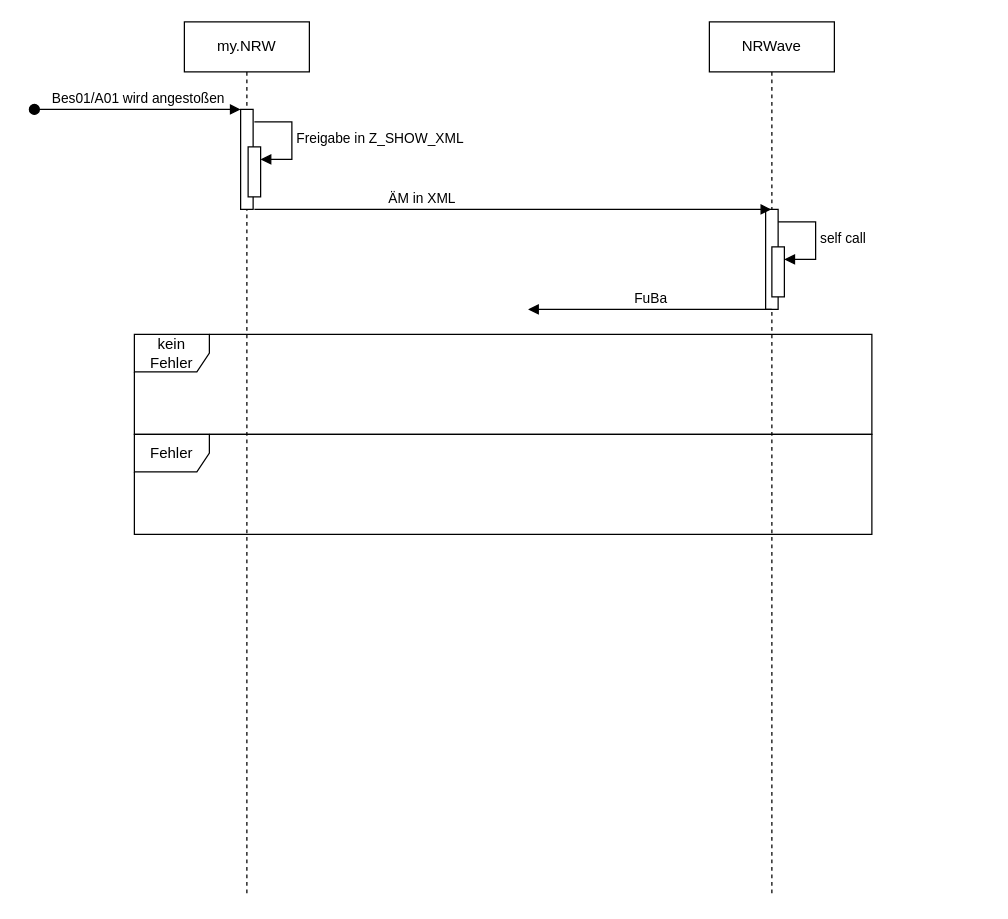
Before: Rückmeldung LBV PersNr.drawio in Fa8io/Sequenzdiagramm, a draw.io diagram. Source tidied: cells renumbered, new cells numbered last; positions are measured from the earlier drawing's top-left corner, leaving out a move shared by most shapes. Both pictures are drawn from the tidied source at 125%, with x=0, y=0 at pixel (34, 21).
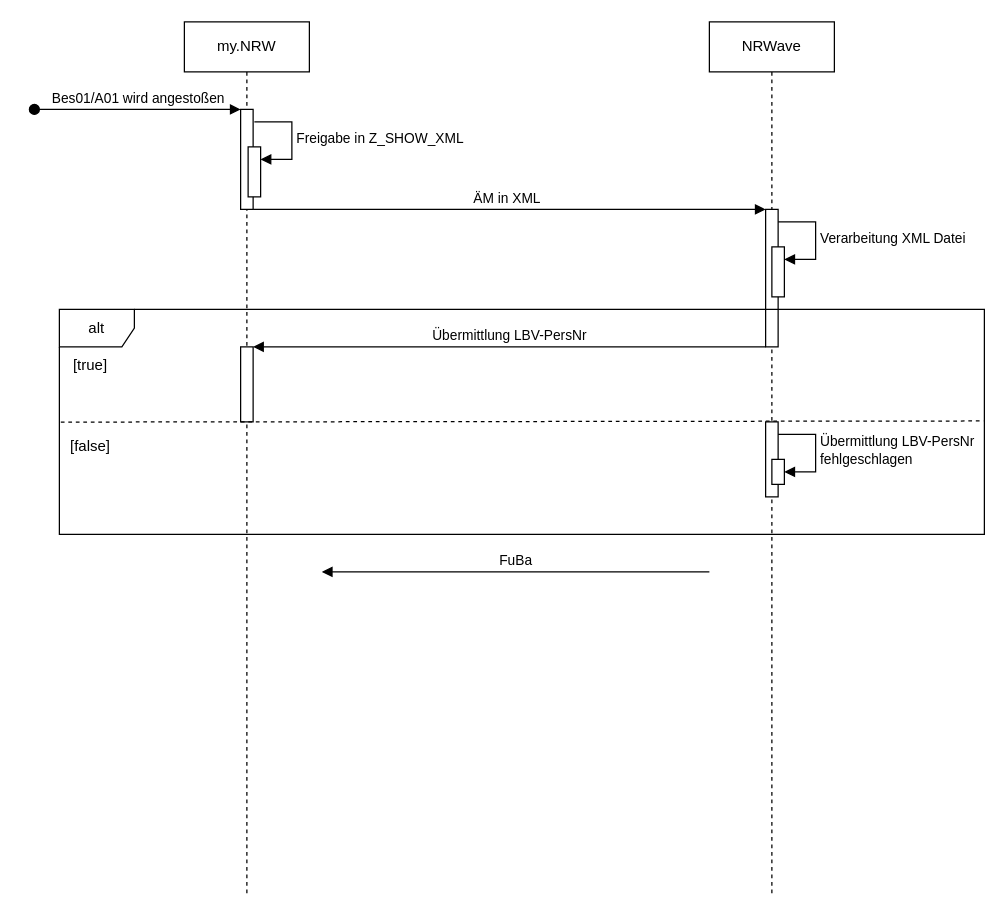
The same page after the edit.

The change refers to these unchanged cells:
```xml
<mxCell id="2" value="my.NRW" style="shape=umlLifeline;perimeter=lifelinePerimeter;whiteSpace=wrap;html=1;newEdgeStyle={&quot;edgeStyle&quot;:&quot;elbowEdgeStyle&quot;,&quot;elbow&quot;:&quot;vertical&quot;,&quot;curved&quot;:0,&quot;rounded&quot;:0};" parent="1" vertex="1">
  <mxGeometry x="120" width="100" height="700" as="geometry" />
</mxCell>
<mxCell id="7" value="NRWave" style="shape=umlLifeline;perimeter=lifelinePerimeter;whiteSpace=wrap;html=1;outlineConnect=0;portConstraint=eastwest;newEdgeStyle={&quot;edgeStyle&quot;:&quot;elbowEdgeStyle&quot;,&quot;elbow&quot;:&quot;vertical&quot;,&quot;curved&quot;:0,&quot;rounded&quot;:0};" parent="1" vertex="1">
  <mxGeometry x="540" width="100" height="700" as="geometry" />
</mxCell>
<mxCell id="9" style="html=1;points=[[0,0,0,0,5],[0,1,0,0,-5],[1,0,0,0,5],[1,1,0,0,-5]];perimeter=orthogonalPerimeter;outlineConnect=0;targetShapes=umlLifeline;portConstraint=eastwest;newEdgeStyle={&quot;curved&quot;:0,&quot;rounded&quot;:0};" parent="7" vertex="1">
  <mxGeometry x="50" y="180" width="10" height="40" as="geometry" />
</mxCell>
```

The edit, as a diff of the source:
```diff
@@
+    <mxCell id="15" style="html=1;perimeter=orthogonalPerimeter;targetShapes=umlLifeline;newEdgeStyle={&quot;curved&quot;:0,&quot;rounded&quot;:0};" parent="2" vertex="1">
+      <mxGeometry x="45" y="260" width="10" height="60" as="geometry" />
+    </mxCell>
@@
     <mxCell id="8" style="html=1;points=[];perimeter=orthogonalPerimeter;outlineConnect=0;targetShapes=umlLifeline;portConstraint=eastwest;newEdgeStyle={&quot;edgeStyle&quot;:&quot;elbowEdgeStyle&quot;,&quot;elbow&quot;:&quot;vertical&quot;,&quot;curved&quot;:0,&quot;rounded&quot;:0};" parent="7" vertex="1">
-      <mxGeometry x="45" y="150" width="10" height="80" as="geometry" />
+      <mxGeometry x="45" y="150" width="10" height="110" as="geometry" />
     </mxCell>
@@
-    <mxCell id="10" value="self call" style="html=1;align=left;spacingLeft=2;endArrow=block;rounded=0;edgeStyle=orthogonalEdgeStyle;curved=0;rounded=0;" parent="7" edge="1" target="9">
+    <mxCell id="10" value="Verarbeitung XML Datei" style="html=1;align=left;spacingLeft=2;endArrow=block;rounded=0;edgeStyle=orthogonalEdgeStyle;curved=0;rounded=0;" parent="7" edge="1" target="9">
       <mxGeometry relative="1" as="geometry">
         <mxPoint x="55" y="160" as="sourcePoint" />
         <Array as="points">
           <mxPoint x="85" y="190" />
         </Array>
       </mxGeometry>
     </mxCell>
-    <mxCell id="11" value="ÄM in XML" style="html=1;verticalAlign=bottom;endArrow=block;edgeStyle=elbowEdgeStyle;elbow=vertical;curved=0;rounded=0;" parent="1" edge="1" target="7">
-      <mxGeometry x="-0.35" relative="1" as="geometry">
-        <mxPoint x="176" y="150" as="sourcePoint" />
+    <mxCell id="11" value="ÄM in XML" style="html=1;verticalAlign=bottom;endArrow=block;edgeStyle=elbowEdgeStyle;elbow=vertical;curved=0;rounded=0;" parent="1" edge="1" target="8">
+      <mxGeometry x="-0.01" relative="1" as="geometry">
+        <mxPoint x="175" y="150" as="sourcePoint" />
         <Array as="points">
-          <mxPoint x="261" y="150" />
+          <mxPoint x="260" y="150" />
         </Array>
       </mxGeometry>
     </mxCell>
+    <mxCell id="13" value="alt" style="shape=umlFrame;whiteSpace=wrap;html=1;" parent="1" vertex="1">
+      <mxGeometry x="20" y="230" width="740" height="180" as="geometry" />
+    </mxCell>
+    <mxCell id="16" value="Übermittlung LBV-PersNr" style="html=1;verticalAlign=bottom;endArrow=block;curved=0;rounded=0;" parent="1" edge="1">
+      <mxGeometry relative="1" as="geometry">
+        <mxPoint x="585" y="260" as="sourcePoint" />
+        <mxPoint x="175" y="260" as="targetPoint" />
+      </mxGeometry>
+    </mxCell>
+    <mxCell id="17" value="[true]" style="text;html=1;align=center;verticalAlign=middle;whiteSpace=wrap;rounded=0;" parent="1" vertex="1">
+      <mxGeometry x="20" y="260" width="50" height="30" as="geometry" />
+    </mxCell>
+    <mxCell id="18" value="[false]" style="text;html=1;align=center;verticalAlign=middle;whiteSpace=wrap;rounded=0;" parent="1" vertex="1">
+      <mxGeometry x="20" y="325" width="50" height="30" as="geometry" />
+    </mxCell>
-    <mxCell id="12" value="FuBa" style="html=1;verticalAlign=bottom;endArrow=block;curved=0;rounded=0;entryX=0.496;entryY=0.763;entryDx=0;entryDy=0;entryPerimeter=0;" parent="1" edge="1">
+    <mxCell id="12" value="FuBa" style="html=1;verticalAlign=bottom;endArrow=block;curved=0;rounded=0;" parent="1" edge="1">
       <mxGeometry relative="1" as="geometry">
-        <mxPoint x="589.9" y="230" as="sourcePoint" />
-        <mxPoint x="395" y="230" as="targetPoint" />
+        <mxPoint x="540" y="440" as="sourcePoint" />
+        <mxPoint x="230" y="440" as="targetPoint" />
       </mxGeometry>
     </mxCell>
-    <mxCell id="13" value="kein Fehler" style="shape=umlFrame;whiteSpace=wrap;html=1;" parent="1" vertex="1">
-      <mxGeometry x="80" y="250" width="590" height="80" as="geometry" />
-    </mxCell>
-    <mxCell id="14" value="Fehler" style="shape=umlFrame;whiteSpace=wrap;html=1;" parent="1" vertex="1">
-      <mxGeometry x="80" y="330" width="590" height="80" as="geometry" />
-    </mxCell>
+    <mxCell id="19" style="endArrow=none;dashed=1;html=1;rounded=0;exitX=0.023;exitY=-0.161;exitDx=0;exitDy=0;exitPerimeter=0;entryX=0.999;entryY=0.496;entryDx=0;entryDy=0;entryPerimeter=0;" parent="1" edge="1" source="18" target="13">
+      <mxGeometry relative="1" as="geometry" />
+    </mxCell>
+    <mxCell id="20" style="html=1;perimeter=orthogonalPerimeter;targetShapes=umlLifeline;newEdgeStyle={&quot;curved&quot;:0,&quot;rounded&quot;:0};" parent="1" vertex="1">
+      <mxGeometry x="585" y="320" width="10" height="60" as="geometry" />
+    </mxCell>
+    <mxCell id="21" style="html=1;points=[[0,0,0,0,5],[0,1,0,0,-5],[1,0,0,0,5],[1,1,0,0,-5]];perimeter=orthogonalPerimeter;outlineConnect=0;targetShapes=umlLifeline;portConstraint=eastwest;newEdgeStyle={&quot;curved&quot;:0,&quot;rounded&quot;:0};" parent="1" vertex="1">
+      <mxGeometry x="590" y="350" width="10" height="20" as="geometry" />
+    </mxCell>
+    <mxCell id="22" value="Übermittlung LBV-PersNr&lt;div&gt;fehlgeschlagen&lt;/div&gt;" style="html=1;align=left;spacingLeft=2;endArrow=block;rounded=0;edgeStyle=orthogonalEdgeStyle;curved=0;rounded=0;" parent="1" edge="1" target="21">
+      <mxGeometry relative="1" as="geometry">
+        <mxPoint x="595" y="330" as="sourcePoint" />
+        <Array as="points">
+          <mxPoint x="625" y="360" />
+        </Array>
+      </mxGeometry>
+    </mxCell>
```
